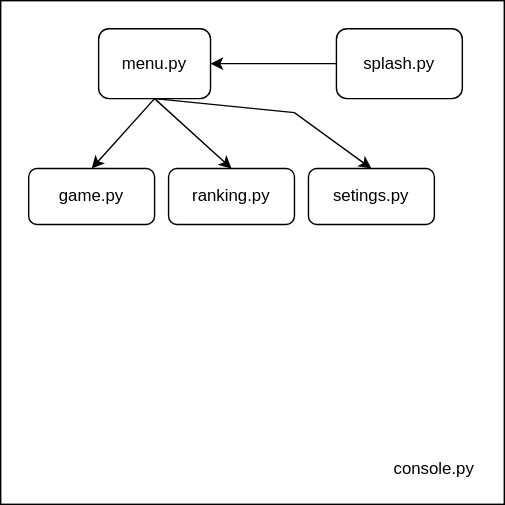
Before: planjamento.drawio.svg, a diagram exported from draw.io (JJ-s-Rouguelike/Campanha). Source tidied: cells renumbered, new cells last; positions are measured from the earlier drawing's top-left corner, leaving out a move shared by most shapes. The source it was exported from:
```xml
<mxGraphModel>
  <root>
    <mxCell id="0" />
    <mxCell id="1" parent="0" />
    <mxCell id="2" style="whiteSpace=wrap;html=1;" parent="1" vertex="1">
      <mxGeometry width="360" height="360" as="geometry" />
    </mxCell>
    <mxCell id="3" value="console.py" style="text;html=1;strokeColor=none;fillColor=none;align=center;verticalAlign=middle;whiteSpace=wrap;rounded=0;" parent="1" vertex="1">
      <mxGeometry x="280" y="320" width="60" height="30" as="geometry" />
    </mxCell>
    <mxCell id="4" style="rounded=1;whiteSpace=wrap;html=1;" parent="1" vertex="1">
      <mxGeometry x="70" y="20" width="80" height="50" as="geometry" />
    </mxCell>
    <mxCell id="5" value="menu.py" style="text;html=1;strokeColor=none;fillColor=none;align=center;verticalAlign=middle;whiteSpace=wrap;rounded=0;" parent="1" vertex="1">
      <mxGeometry x="80" y="30" width="60" height="30" as="geometry" />
    </mxCell>
    <mxCell id="6" style="endArrow=classic;startArrow=classic;html=1;rounded=0;" parent="1" edge="1" target="8">
      <mxGeometry relative="1" as="geometry">
        <mxPoint x="250" y="50" as="sourcePoint" />
      </mxGeometry>
    </mxCell>
    <mxCell id="7" style="edgeStyle=orthogonalEdgeStyle;rounded=0;jettySize=auto;html=1;" parent="1" edge="1" source="8" target="4">
      <mxGeometry relative="1" as="geometry" />
    </mxCell>
    <mxCell id="8" style="rounded=1;whiteSpace=wrap;html=1;" parent="1" vertex="1">
      <mxGeometry x="240" y="20" width="90" height="50" as="geometry" />
    </mxCell>
    <mxCell id="9" value="splash.py" style="text;html=1;strokeColor=none;fillColor=none;align=center;verticalAlign=middle;whiteSpace=wrap;rounded=0;" parent="1" vertex="1">
      <mxGeometry x="255" y="30" width="60" height="30" as="geometry" />
    </mxCell>
    <mxCell id="10" style="rounded=1;whiteSpace=wrap;html=1;" parent="1" vertex="1">
      <mxGeometry x="20" y="120" width="90" height="40" as="geometry" />
    </mxCell>
    <mxCell id="11" value="game.py" style="text;html=1;strokeColor=none;fillColor=none;align=center;verticalAlign=middle;whiteSpace=wrap;rounded=0;" parent="1" vertex="1">
      <mxGeometry x="35" y="125" width="60" height="30" as="geometry" />
    </mxCell>
    <mxCell id="12" style="rounded=1;whiteSpace=wrap;html=1;" parent="1" vertex="1">
      <mxGeometry x="120" y="120" width="90" height="40" as="geometry" />
    </mxCell>
    <mxCell id="13" style="endArrow=classic;html=1;rounded=0;exitX=0.5;exitY=1;exitDx=0;exitDy=0;entryX=0.5;entryY=0;entryDx=0;entryDy=0;" parent="1" edge="1" source="4" target="10">
      <mxGeometry relative="1" as="geometry" />
    </mxCell>
    <mxCell id="14" style="endArrow=classic;html=1;rounded=0;exitX=0.5;exitY=1;exitDx=0;exitDy=0;entryX=0.5;entryY=0;entryDx=0;entryDy=0;" parent="1" edge="1" source="4" target="12">
      <mxGeometry relative="1" as="geometry" />
    </mxCell>
    <mxCell id="15" value="ranking.py" style="text;html=1;strokeColor=none;fillColor=none;align=center;verticalAlign=middle;whiteSpace=wrap;rounded=0;" parent="1" vertex="1">
      <mxGeometry x="135" y="125" width="60" height="30" as="geometry" />
    </mxCell>
    <mxCell id="16" style="rounded=1;whiteSpace=wrap;html=1;" parent="1" vertex="1">
      <mxGeometry x="220" y="120" width="90" height="40" as="geometry" />
    </mxCell>
    <mxCell id="17" value="setings.py" style="text;html=1;strokeColor=none;fillColor=none;align=center;verticalAlign=middle;whiteSpace=wrap;rounded=0;" parent="1" vertex="1">
      <mxGeometry x="235" y="125" width="60" height="30" as="geometry" />
    </mxCell>
    <mxCell id="18" style="endArrow=classic;html=1;rounded=0;exitX=0.5;exitY=1;exitDx=0;exitDy=0;entryX=0.5;entryY=0;entryDx=0;entryDy=0;" parent="1" edge="1" source="4" target="16">
      <mxGeometry relative="1" as="geometry">
        <Array as="points">
          <mxPoint x="210" y="80" />
        </Array>
      </mxGeometry>
    </mxCell>
  </root>
</mxGraphModel>
```
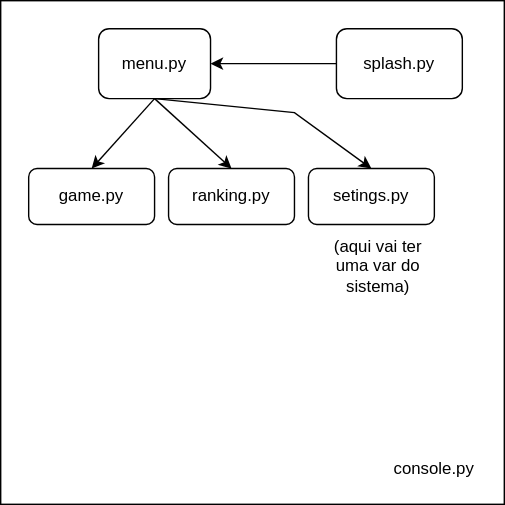
Later version of the same file.

Diff of the diagram source:
```diff
@@ -59,5 +59,8 @@
         </Array>
       </mxGeometry>
     </mxCell>
+    <mxCell id="19" value="(aqui vai ter uma var do sistema)" style="text;html=1;strokeColor=none;fillColor=none;align=center;verticalAlign=middle;whiteSpace=wrap;rounded=0;" parent="1" vertex="1">
+      <mxGeometry x="225" y="160" width="90" height="60" as="geometry" />
+    </mxCell>
   </root>
 </mxGraphModel>
```
